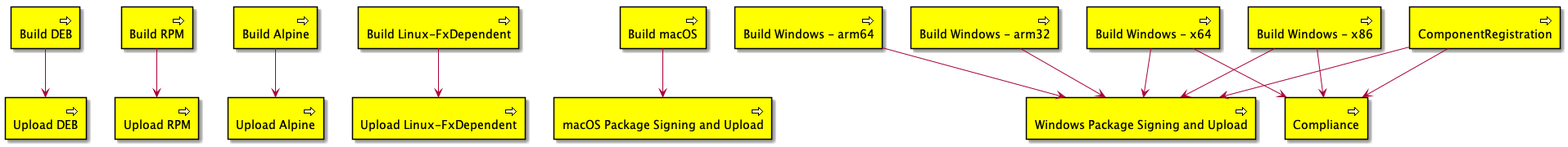
Before: tools/releaseBuild/azureDevOps/diagram.png, a diagram exported from PlantUML (PowerShell/PowerShell).
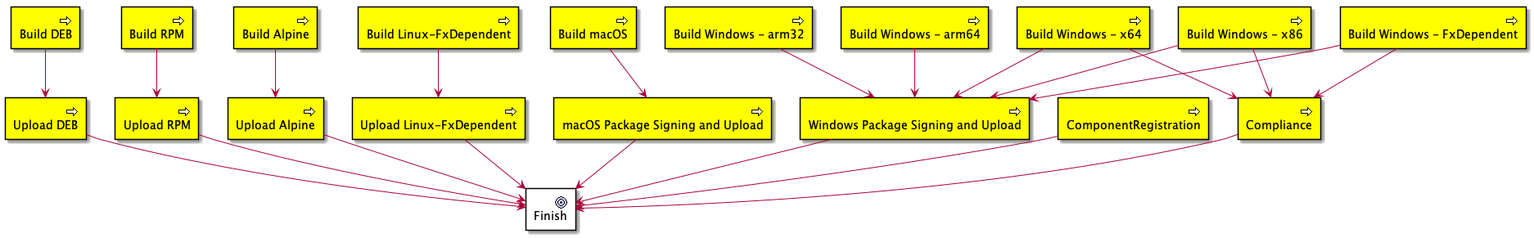
After the change.

Commit message:
fix reuse of an alias add comments Add a finish task and map all the leafs to it

Diff of the diagram source:
```diff
@@ -19,9 +19,11 @@
 archimate #Business "Build Windows - FxDependent"  as BuildWinFx <<business-process>>
 archimate #Business "Windows Package Signing and Upload"  as SignWin <<business-process>>
 
-archimate #Business "ComponentRegistration"  as BuildWinFx <<business-process>>
+archimate #Business "ComponentRegistration"  as BuildCG <<business-process>>
 
 archimate #Business "Compliance"  as Compliance <<business-process>>
+
+archimate #Goal "Finish"  as Finish <<goal-filled>>
 
 BuildDEB -down-> UploadDEB
 BuildRPM -down-> UploadRPM
@@ -39,4 +41,14 @@
 BuildWinX86 -down-> Compliance
 BuildWinX64 -down-> Compliance
 BuildWinFx -down-> Compliance
+
+Compliance -down-> Finish
+UploadAlpine -down-> Finish
+UploadDEB -down-> Finish
+UploadRPM -down-> Finish
+UploadLinuxFx -down-> Finish
+SignWin -down-> Finish
+SignMac -down-> Finish
+BuildCG -down-> Finish
+
 @enduml
```
